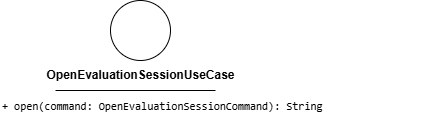
GroupRubberDuck/Documentazione keeps this draw.io diagram as src/PB/DocumentazioneEsterna/Specifica_Tecnica/content/05-diagrammi-classi/uml/png/Session/OpenEvaluationSessionUseCase.png. Above is the earlier version. Source tidied: cells renumbered, new cells last; positions are measured from the earlier drawing's top-left corner, leaving out a move shared by most shapes.
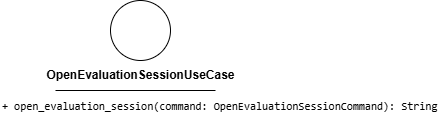
The same diagram one commit later.

Change to the diagram source:
```diff
@@ -26,7 +26,7 @@
         </Array>
       </mxGeometry>
     </mxCell>
-    <mxCell id="6" value="&lt;div style=&quot;font-family: Consolas, &amp;quot;Courier New&amp;quot;, monospace; font-weight: normal; line-height: 19px; white-space: pre;&quot;&gt;&lt;div style=&quot;&quot;&gt;&lt;span style=&quot;background-color: rgb(255, 255, 255);&quot;&gt;&lt;font style=&quot;color: rgb(0, 0, 0); font-size: 11px;&quot;&gt;+ open(command: OpenEvaluationSessionCommand): String&lt;/font&gt;&lt;/span&gt;&lt;/div&gt;&lt;/div&gt;" style="text;whiteSpace=wrap;html=1;" parent="1" vertex="1">
+    <mxCell id="6" value="&lt;div style=&quot;font-family: Consolas, &amp;quot;Courier New&amp;quot;, monospace; font-weight: normal; line-height: 19px; white-space: pre;&quot;&gt;&lt;div style=&quot;&quot;&gt;&lt;span style=&quot;background-color: rgb(255, 255, 255);&quot;&gt;&lt;font style=&quot;color: rgb(0, 0, 0); font-size: 11px;&quot;&gt;+ open_evaluation_session(command: OpenEvaluationSessionCommand): String&lt;/font&gt;&lt;/span&gt;&lt;/div&gt;&lt;/div&gt;" style="text;whiteSpace=wrap;html=1;" parent="1" vertex="1">
       <mxGeometry y="90" width="440" height="40" as="geometry" />
     </mxCell>
   </root>
```
